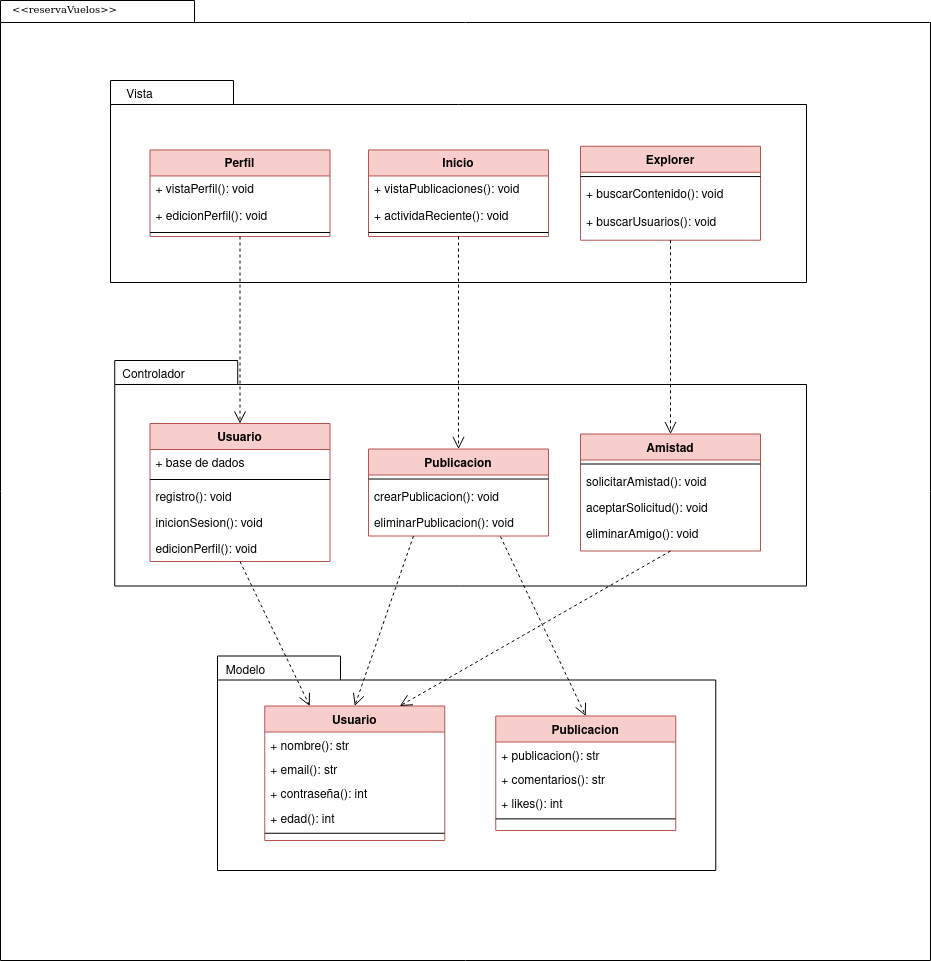
Above: diagramas/diagramas/paquete/diagrama_paquete_red_social.png in Chugani05/entorno_de_desarrollo (draw.io), before the change. Source tidied: cells renumbered, new cells last; positions are measured from the earlier drawing's top-left corner, leaving out a move shared by most shapes.
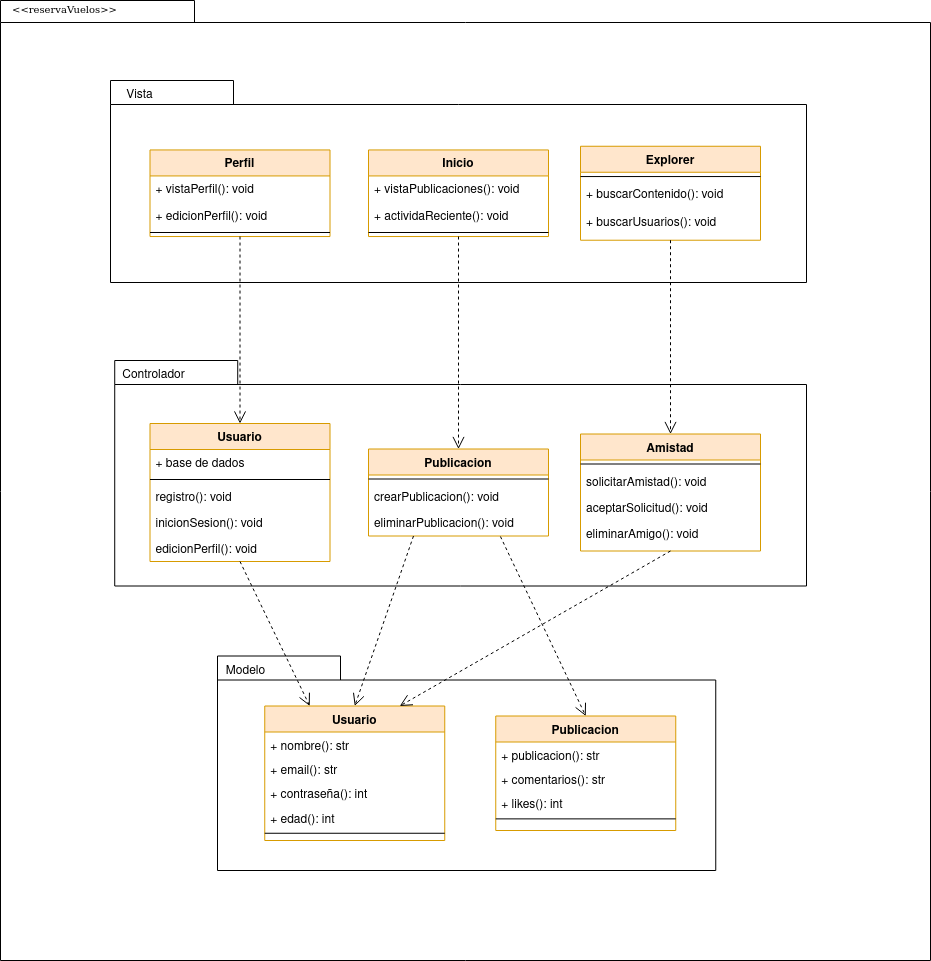
After the change.

What changed in the source:
```diff
@@ -8,7 +8,7 @@
     <mxCell id="3" style="shape=folder;fontStyle=1;spacingTop=10;tabWidth=123;tabHeight=24;tabPosition=left;html=1;rounded=0;shadow=0;comic=0;labelBackgroundColor=none;strokeWidth=1;fontFamily=Verdana;fontSize=10;align=center;" parent="1" vertex="1">
       <mxGeometry x="110" y="80" width="696" height="202" as="geometry" />
     </mxCell>
-    <mxCell id="4" value="Perfil" style="swimlane;fontStyle=1;align=center;verticalAlign=top;horizontal=1;startSize=26;rounded=0;shadow=0;strokeWidth=1;fillColor=#f8cecc;strokeColor=#b85450;" parent="1" vertex="1">
+    <mxCell id="4" value="Perfil" style="swimlane;fontStyle=1;align=center;verticalAlign=top;horizontal=1;startSize=26;rounded=0;shadow=0;strokeWidth=1;fillColor=#ffe6cc;strokeColor=#d79b00;" parent="1" vertex="1">
       <mxGeometry x="149.5" y="149.4" width="180" height="86.6" as="geometry" />
     </mxCell>
     <mxCell id="5" value="+ vistaPerfil(): void" style="text;align=left;verticalAlign=top;spacingLeft=4;spacingRight=4;overflow=hidden;" parent="4" vertex="1">
@@ -20,7 +20,7 @@
     <mxCell id="7" style="line;html=1;strokeWidth=1;align=left;verticalAlign=middle;spacingTop=-1;spacingLeft=3;spacingRight=3;labelPosition=right;" parent="4" vertex="1">
       <mxGeometry y="78.5" width="180" height="8.1" as="geometry" />
     </mxCell>
-    <mxCell id="8" value="Inicio" style="swimlane;fontStyle=1;align=center;verticalAlign=top;horizontal=1;startSize=26;rounded=0;shadow=0;strokeWidth=1;fillColor=#f8cecc;strokeColor=#b85450;" parent="1" vertex="1">
+    <mxCell id="8" value="Inicio" style="swimlane;fontStyle=1;align=center;verticalAlign=top;horizontal=1;startSize=26;rounded=0;shadow=0;strokeWidth=1;fillColor=#ffe6cc;strokeColor=#d79b00;" parent="1" vertex="1">
       <mxGeometry x="368" y="149.4" width="180" height="86.6" as="geometry" />
     </mxCell>
     <mxCell id="9" value="+ vistaPublicaciones(): void" style="text;align=left;verticalAlign=top;spacingLeft=4;spacingRight=4;overflow=hidden;" parent="8" vertex="1">
@@ -35,7 +35,7 @@
     <mxCell id="12" value="Vista" style="text;html=1;align=center;verticalAlign=middle;strokeColor=none;fillColor=none;" parent="1" vertex="1">
       <mxGeometry x="113.8" y="80" width="50" height="30" as="geometry" />
     </mxCell>
-    <mxCell id="13" value="Explorer" style="swimlane;fontStyle=1;align=center;verticalAlign=top;horizontal=1;startSize=26;rounded=0;shadow=0;strokeWidth=1;fillColor=#f8cecc;strokeColor=#b85450;" parent="1" vertex="1">
+    <mxCell id="13" value="Explorer" style="swimlane;fontStyle=1;align=center;verticalAlign=top;horizontal=1;startSize=26;rounded=0;shadow=0;strokeWidth=1;fillColor=#ffe6cc;strokeColor=#d79b00;" parent="1" vertex="1">
       <mxGeometry x="580" y="145.8" width="180" height="94" as="geometry" />
     </mxCell>
     <mxCell id="14" style="line;html=1;strokeWidth=1;align=left;verticalAlign=middle;spacingTop=-1;spacingLeft=3;spacingRight=3;labelPosition=right;" parent="13" vertex="1">
@@ -53,7 +53,7 @@
     <mxCell id="18" style="shape=folder;fontStyle=1;spacingTop=10;tabWidth=123;tabHeight=24;tabPosition=left;html=1;rounded=0;shadow=0;comic=0;labelBackgroundColor=none;strokeWidth=1;fontFamily=Verdana;fontSize=10;align=center;" parent="1" vertex="1">
       <mxGeometry x="114.2" y="360" width="691.8" height="225.5" as="geometry" />
     </mxCell>
-    <mxCell id="19" value="Usuario" style="swimlane;fontStyle=1;align=center;verticalAlign=top;horizontal=1;startSize=26;rounded=0;shadow=0;strokeWidth=1;fillColor=#f8cecc;strokeColor=#b85450;" parent="1" vertex="1">
+    <mxCell id="19" value="Usuario" style="swimlane;fontStyle=1;align=center;verticalAlign=top;horizontal=1;startSize=26;rounded=0;shadow=0;strokeWidth=1;fillColor=#ffe6cc;strokeColor=#d79b00;" parent="1" vertex="1">
       <mxGeometry x="149.5" y="423" width="180" height="138" as="geometry" />
     </mxCell>
     <mxCell id="20" value="+ base de dados" style="text;align=left;verticalAlign=top;spacingLeft=4;spacingRight=4;overflow=hidden;" parent="19" vertex="1">
@@ -83,7 +83,7 @@
     <mxCell id="28" style="edgeStyle=none;rounded=0;html=1;dashed=1;labelBackgroundColor=none;startFill=0;endArrow=open;endFill=0;endSize=10;fontFamily=Verdana;fontSize=10;entryX=0.5;entryY=0;entryDx=0;entryDy=0;exitX=0.5;exitY=1;exitDx=0;exitDy=0;" parent="1" edge="1" source="13" target="43">
       <mxGeometry relative="1" as="geometry" />
     </mxCell>
-    <mxCell id="29" value="Usuario" style="swimlane;fontStyle=1;align=center;verticalAlign=top;horizontal=1;startSize=26;rounded=0;shadow=0;strokeWidth=1;fillColor=#f8cecc;strokeColor=#b85450;" parent="1" vertex="1">
+    <mxCell id="29" value="Usuario" style="swimlane;fontStyle=1;align=center;verticalAlign=top;horizontal=1;startSize=26;rounded=0;shadow=0;strokeWidth=1;fillColor=#ffe6cc;strokeColor=#d79b00;" parent="1" vertex="1">
       <mxGeometry x="264.2" y="705.5" width="180" height="134.5" as="geometry" />
     </mxCell>
     <mxCell id="30" value="+ nombre(): str" style="text;align=left;verticalAlign=top;spacingLeft=4;spacingRight=4;overflow=hidden;" parent="29" vertex="1">
@@ -107,7 +107,7 @@
     <mxCell id="36" value="Modelo" style="text;html=1;align=center;verticalAlign=middle;strokeColor=none;fillColor=none;" parent="1" vertex="1">
       <mxGeometry x="214.8" y="655.5" width="60" height="30" as="geometry" />
     </mxCell>
-    <mxCell id="37" value="Publicacion" style="swimlane;fontStyle=1;align=center;verticalAlign=top;horizontal=1;startSize=26;rounded=0;shadow=0;strokeWidth=1;fillColor=#f8cecc;strokeColor=#b85450;" parent="1" vertex="1">
+    <mxCell id="37" value="Publicacion" style="swimlane;fontStyle=1;align=center;verticalAlign=top;horizontal=1;startSize=26;rounded=0;shadow=0;strokeWidth=1;fillColor=#ffe6cc;strokeColor=#d79b00;" parent="1" vertex="1">
       <mxGeometry x="368" y="448.5" width="180" height="87" as="geometry" />
     </mxCell>
     <mxCell id="38" style="line;html=1;strokeWidth=1;align=left;verticalAlign=middle;spacingTop=-1;spacingLeft=3;spacingRight=3;labelPosition=right;" parent="37" vertex="1">
@@ -125,7 +125,7 @@
     <mxCell id="42" value="&amp;lt;&amp;lt;reservaVuelos&amp;gt;&amp;gt;" style="text;html=1;align=left;verticalAlign=top;spacingTop=-4;fontSize=10;fontFamily=Verdana;" parent="1" vertex="1">
       <mxGeometry x="10" width="130" height="20" as="geometry" />
     </mxCell>
-    <mxCell id="43" value="Amistad" style="swimlane;fontStyle=1;align=center;verticalAlign=top;horizontal=1;startSize=26;rounded=0;shadow=0;strokeWidth=1;fillColor=#f8cecc;strokeColor=#b85450;" parent="1" vertex="1">
+    <mxCell id="43" value="Amistad" style="swimlane;fontStyle=1;align=center;verticalAlign=top;horizontal=1;startSize=26;rounded=0;shadow=0;strokeWidth=1;fillColor=#ffe6cc;strokeColor=#d79b00;" parent="1" vertex="1">
       <mxGeometry x="580" y="433.5" width="180" height="117" as="geometry" />
     </mxCell>
     <mxCell id="44" style="line;html=1;strokeWidth=1;align=left;verticalAlign=middle;spacingTop=-1;spacingLeft=3;spacingRight=3;labelPosition=right;" parent="43" vertex="1">
@@ -140,7 +140,7 @@
     <mxCell id="47" value="eliminarAmigo(): void" style="text;align=left;verticalAlign=top;spacingLeft=4;spacingRight=4;overflow=hidden;rounded=0;shadow=0;html=0;" parent="43" vertex="1">
       <mxGeometry y="86" width="180" height="26" as="geometry" />
     </mxCell>
-    <mxCell id="48" value="Publicacion" style="swimlane;fontStyle=1;align=center;verticalAlign=top;horizontal=1;startSize=26;rounded=0;shadow=0;strokeWidth=1;fillColor=#f8cecc;strokeColor=#b85450;" parent="1" vertex="1">
+    <mxCell id="48" value="Publicacion" style="swimlane;fontStyle=1;align=center;verticalAlign=top;horizontal=1;startSize=26;rounded=0;shadow=0;strokeWidth=1;fillColor=#ffe6cc;strokeColor=#d79b00;" parent="1" vertex="1">
       <mxGeometry x="495.2" y="715.5" width="180" height="114.5" as="geometry" />
     </mxCell>
     <mxCell id="49" value="+ publicacion(): str" style="text;align=left;verticalAlign=top;spacingLeft=4;spacingRight=4;overflow=hidden;" parent="48" vertex="1">
```
